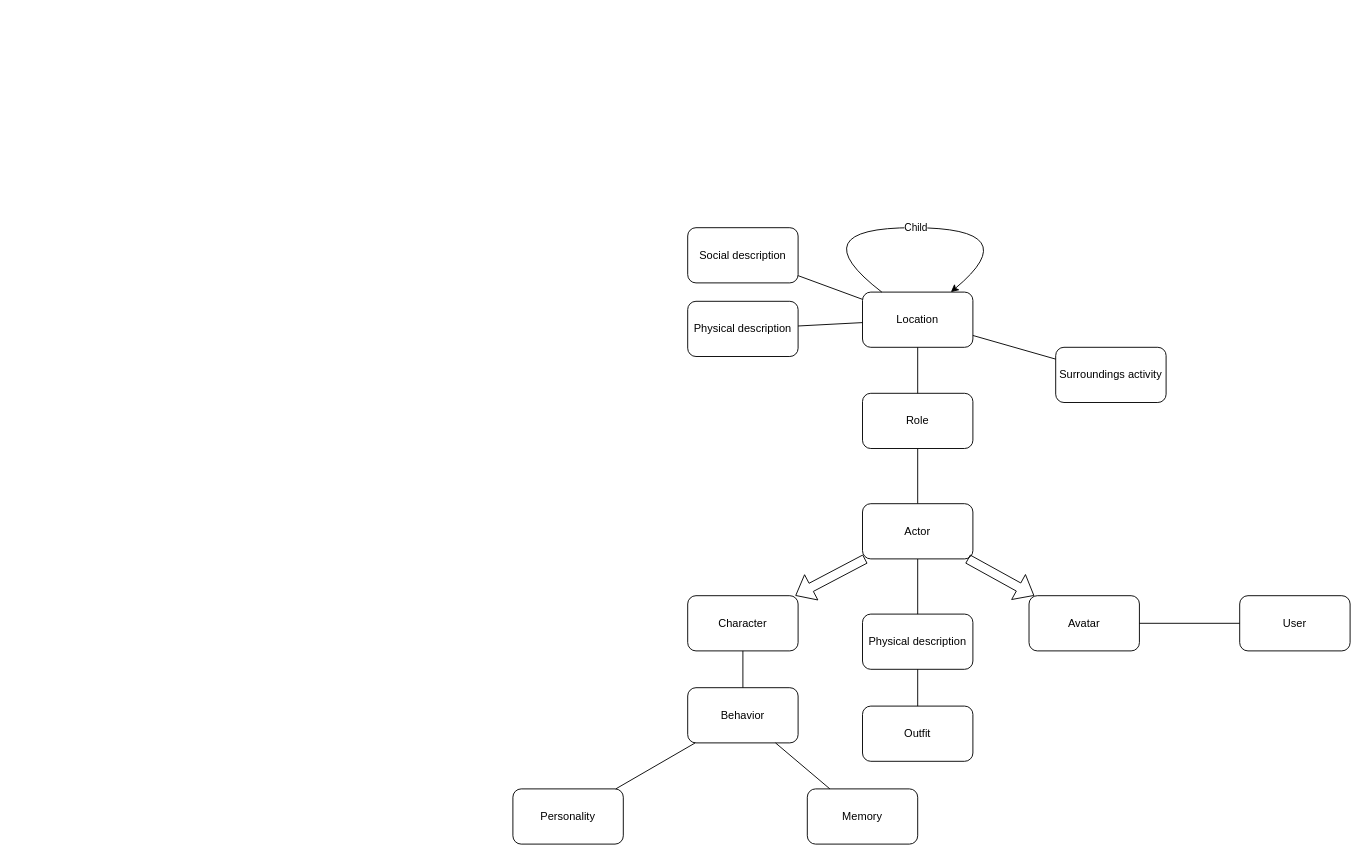
Earlier version of the draw.io diagram doc/conceptual map.drawio (jorgedlrg/ai-middleware). Source tidied: cells renumbered, new cells numbered last; positions are measured from the earlier drawing's top-left corner, leaving out a move shared by most shapes. Both pictures are drawn from the tidied source at 92%, with x=0, y=0 at pixel (512, 227).
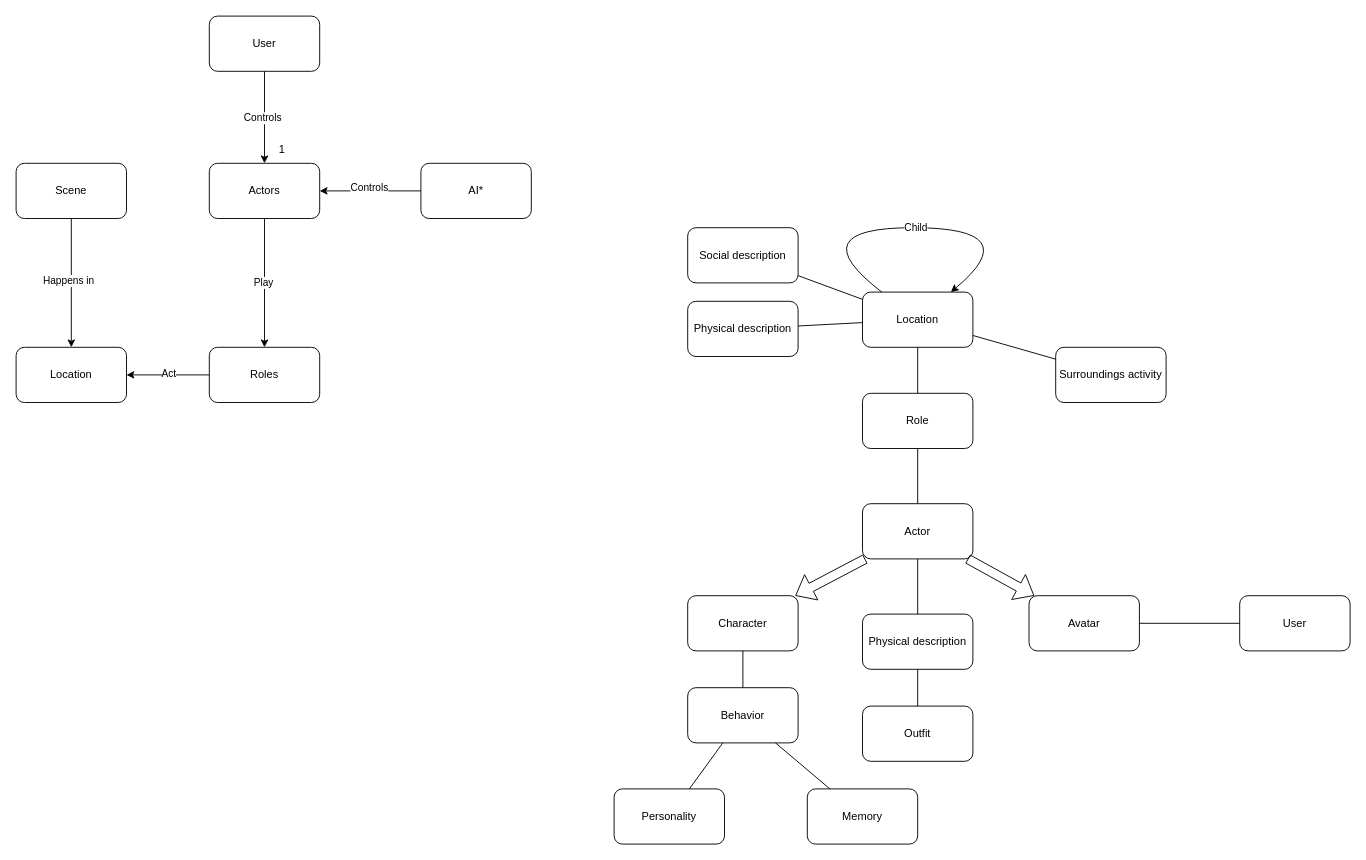
The same page after the edit.

Commit message:
:construction: introduce Scene

What changed in the source:
```diff
@@
     <mxCell id="13" value="Personality" style="rounded=1;whiteSpace=wrap;html=1;" parent="1" vertex="1">
-      <mxGeometry y="610" width="120" height="60" as="geometry" />
+      <mxGeometry x="110" y="610" width="120" height="60" as="geometry" />
     </mxCell>
@@
+    <mxCell id="31" style="edgeStyle=orthogonalEdgeStyle;rounded=0;jettySize=auto;html=1;exitX=0.5;exitY=1;exitDx=0;exitDy=0;" parent="1" edge="1" source="33" target="41">
+      <mxGeometry relative="1" as="geometry" />
+    </mxCell>
+    <mxCell id="32" value="Happens in" style="edgeLabel;html=1;align=center;verticalAlign=middle;" parent="31" vertex="1">
+      <mxGeometry x="-0.05" y="-4" relative="1" as="geometry" />
+    </mxCell>
+    <mxCell id="33" value="Scene" style="rounded=1;whiteSpace=wrap;html=1;" parent="1" vertex="1">
+      <mxGeometry x="-540" y="-70" width="120" height="60" as="geometry" />
+    </mxCell>
+    <mxCell id="34" style="edgeStyle=orthogonalEdgeStyle;rounded=0;jettySize=auto;html=1;" parent="1" edge="1" source="36" target="39">
+      <mxGeometry relative="1" as="geometry" />
+    </mxCell>
+    <mxCell id="35" value="Controls" style="edgeLabel;html=1;align=center;verticalAlign=middle;" parent="34" vertex="1">
+      <mxGeometry y="-3" relative="1" as="geometry" />
+    </mxCell>
+    <mxCell id="36" value="User" style="rounded=1;whiteSpace=wrap;html=1;" parent="1" vertex="1">
+      <mxGeometry x="-330" y="-230" width="120" height="60" as="geometry" />
+    </mxCell>
+    <mxCell id="37" style="edgeStyle=orthogonalEdgeStyle;rounded=0;jettySize=auto;html=1;exitX=0.5;exitY=1;exitDx=0;exitDy=0;" parent="1" edge="1" source="39" target="44">
+      <mxGeometry relative="1" as="geometry" />
+    </mxCell>
+    <mxCell id="38" value="Play" style="edgeLabel;html=1;align=center;verticalAlign=middle;" parent="37" vertex="1">
+      <mxGeometry x="-0.01" y="-2" relative="1" as="geometry" />
+    </mxCell>
+    <mxCell id="39" value="Actors" style="rounded=1;whiteSpace=wrap;html=1;" parent="1" vertex="1">
+      <mxGeometry x="-330" y="-70" width="120" height="60" as="geometry" />
+    </mxCell>
+    <mxCell id="40" value="1" style="text;strokeColor=none;fillColor=none;align=left;verticalAlign=middle;spacingLeft=4;spacingRight=4;overflow=hidden;whiteSpace=wrap;html=1;" parent="1" vertex="1">
+      <mxGeometry x="-260" y="-100" width="80" height="30" as="geometry" />
+    </mxCell>
+    <mxCell id="41" value="Location" style="rounded=1;whiteSpace=wrap;html=1;" parent="1" vertex="1">
+      <mxGeometry x="-540" y="130" width="120" height="60" as="geometry" />
+    </mxCell>
+    <mxCell id="42" style="edgeStyle=orthogonalEdgeStyle;rounded=0;jettySize=auto;html=1;exitX=0;exitY=0.5;exitDx=0;exitDy=0;" parent="1" edge="1" source="44" target="41">
+      <mxGeometry relative="1" as="geometry" />
+    </mxCell>
+    <mxCell id="43" value="Act" style="edgeLabel;html=1;align=center;verticalAlign=middle;" parent="42" vertex="1">
+      <mxGeometry y="-2" relative="1" as="geometry" />
+    </mxCell>
+    <mxCell id="44" value="Roles" style="rounded=1;whiteSpace=wrap;html=1;" parent="1" vertex="1">
+      <mxGeometry x="-330" y="130" width="120" height="60" as="geometry" />
+    </mxCell>
+    <mxCell id="45" style="edgeStyle=orthogonalEdgeStyle;rounded=0;jettySize=auto;html=1;" parent="1" edge="1" source="47" target="39">
+      <mxGeometry relative="1" as="geometry" />
+    </mxCell>
+    <mxCell id="46" value="Controls" style="edgeLabel;html=1;align=center;verticalAlign=middle;" parent="45" vertex="1">
+      <mxGeometry x="0.04" y="-4" relative="1" as="geometry" />
+    </mxCell>
+    <mxCell id="47" value="AI*" style="rounded=1;whiteSpace=wrap;html=1;" parent="1" vertex="1">
+      <mxGeometry x="-100" y="-70" width="120" height="60" as="geometry" />
+    </mxCell>
```
